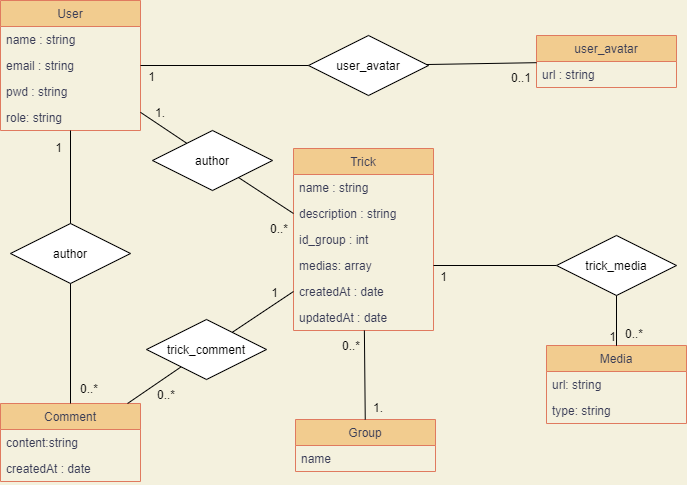
This is diagram/classes/classes.drawio.png from LFZDavid/SnowTricks, a draw.io export, as it was before one commit. Source tidied: cells renumbered, new cells last; positions are measured from the earlier drawing's top-left corner, leaving out a move shared by most shapes.
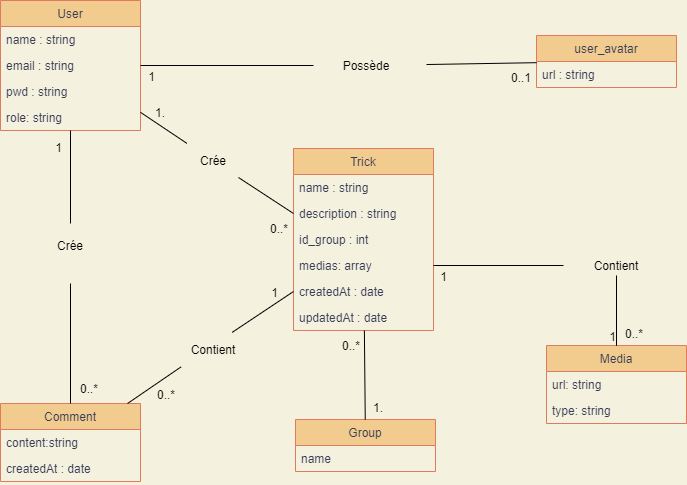
After the change.

The edit, as a diff of the source:
```diff
@@ -68,13 +68,15 @@
     <mxCell id="23" value="type: string" style="text;strokeColor=none;fillColor=none;align=left;verticalAlign=top;spacingLeft=4;spacingRight=4;overflow=hidden;fontColor=#393C56;" parent="21" vertex="1">
       <mxGeometry y="52" width="140" height="26" as="geometry" />
     </mxCell>
-    <mxCell id="24" style="endArrow=none;html=1;rounded=0;" parent="1" edge="1" source="48" target="21">
-      <mxGeometry relative="1" as="geometry" />
+    <mxCell id="24" style="endArrow=none;html=1;rounded=0;" parent="1" edge="1" target="21">
+      <mxGeometry relative="1" as="geometry">
+        <mxPoint x="616" y="295" as="sourcePoint" />
+      </mxGeometry>
     </mxCell>
     <mxCell id="25" value="1" style="html=1;align=right;verticalAlign=bottom;" parent="24" vertex="1">
       <mxGeometry x="1" relative="1" as="geometry" />
     </mxCell>
-    <mxCell id="26" style="endArrow=none;html=1;rounded=0;strokeColor=#000000;entryX=1;entryY=0.5;entryDx=0;entryDy=0;" parent="1" edge="1" source="48" target="11">
+    <mxCell id="26" style="endArrow=none;html=1;rounded=0;strokeColor=#000000;entryX=1;entryY=0.5;entryDx=0;entryDy=0;" parent="1" edge="1" source="57" target="11">
       <mxGeometry relative="1" as="geometry" />
     </mxCell>
     <mxCell id="27" value="&lt;font color=&quot;#000000&quot;&gt;1&lt;/font&gt;" style="html=1;align=right;verticalAlign=bottom;" parent="26" vertex="1">
@@ -82,7 +84,7 @@
         <mxPoint x="14" y="20" as="offset" />
       </mxGeometry>
     </mxCell>
-    <mxCell id="28" style="endArrow=none;html=1;rounded=0;strokeColor=#000000;" parent="1" edge="1" source="48" target="21">
+    <mxCell id="28" style="endArrow=none;html=1;rounded=0;strokeColor=#000000;exitX=0.5;exitY=1;exitDx=0;exitDy=0;" parent="1" edge="1" source="57" target="21">
       <mxGeometry relative="1" as="geometry" />
     </mxCell>
     <mxCell id="29" value="&lt;font color=&quot;#000000&quot;&gt;0..*&lt;/font&gt;" style="html=1;align=right;verticalAlign=bottom;" parent="28" vertex="1">
@@ -103,19 +105,19 @@
         <mxPoint x="14" y="63" as="offset" />
       </mxGeometry>
     </mxCell>
-    <mxCell id="33" value="author" style="shape=rhombus;perimeter=rhombusPerimeter;whiteSpace=wrap;html=1;align=center;" parent="1" vertex="1">
-      <mxGeometry x="152" y="130" width="120" height="60" as="geometry" />
-    </mxCell>
-    <mxCell id="34" style="endArrow=none;html=1;rounded=0;strokeColor=#000000;" parent="1" edge="1" source="33" target="2">
-      <mxGeometry relative="1" as="geometry" />
+    <mxCell id="34" style="endArrow=none;html=1;rounded=0;strokeColor=#000000;" parent="1" edge="1" target="2">
+      <mxGeometry relative="1" as="geometry">
+        <mxPoint x="186.3" y="142.8" as="sourcePoint" />
+      </mxGeometry>
     </mxCell>
     <mxCell id="35" value="&lt;font color=&quot;#000000&quot;&gt;1.&lt;/font&gt;" style="html=1;align=right;verticalAlign=bottom;" parent="34" vertex="1">
       <mxGeometry x="1" relative="1" as="geometry">
         <mxPoint x="25.2" y="9.3" as="offset" />
       </mxGeometry>
     </mxCell>
-    <mxCell id="36" style="endArrow=none;html=1;rounded=0;strokeColor=#000000;entryX=0;entryY=0.5;entryDx=0;entryDy=0;" parent="1" edge="1" source="33">
+    <mxCell id="36" style="endArrow=none;html=1;rounded=0;strokeColor=#000000;entryX=0;entryY=0.5;entryDx=0;entryDy=0;" parent="1" edge="1">
       <mxGeometry relative="1" as="geometry">
+        <mxPoint x="238" y="177" as="sourcePoint" />
         <mxPoint x="293" y="213" as="targetPoint" />
       </mxGeometry>
     </mxCell>
@@ -124,29 +126,27 @@
         <mxPoint x="-5" y="24" as="offset" />
       </mxGeometry>
     </mxCell>
-    <mxCell id="38" value="trick_comment" style="shape=rhombus;perimeter=rhombusPerimeter;whiteSpace=wrap;html=1;align=center;" parent="1" vertex="1">
-      <mxGeometry x="146" y="319" width="120" height="60" as="geometry" />
-    </mxCell>
-    <mxCell id="39" style="endArrow=none;html=1;rounded=0;strokeColor=#000000;" parent="1" edge="1" source="38" target="14">
-      <mxGeometry relative="1" as="geometry" />
+    <mxCell id="39" style="endArrow=none;html=1;rounded=0;strokeColor=#000000;" parent="1" edge="1" target="14">
+      <mxGeometry relative="1" as="geometry">
+        <mxPoint x="180.7" y="366.3" as="sourcePoint" />
+      </mxGeometry>
     </mxCell>
     <mxCell id="40" value="&lt;font color=&quot;#000000&quot;&gt;0..*&lt;/font&gt;" style="html=1;align=right;verticalAlign=bottom;" parent="39" vertex="1">
       <mxGeometry x="1" relative="1" as="geometry">
         <mxPoint x="48" as="offset" />
       </mxGeometry>
     </mxCell>
-    <mxCell id="41" style="endArrow=none;html=1;rounded=0;strokeColor=#000000;entryX=0;entryY=0.5;entryDx=0;entryDy=0;" parent="1" edge="1" source="38" target="12">
-      <mxGeometry relative="1" as="geometry" />
+    <mxCell id="41" style="endArrow=none;html=1;rounded=0;strokeColor=#000000;entryX=0;entryY=0.5;entryDx=0;entryDy=0;" parent="1" edge="1" target="12">
+      <mxGeometry relative="1" as="geometry">
+        <mxPoint x="231.7" y="331.9" as="sourcePoint" />
+      </mxGeometry>
     </mxCell>
     <mxCell id="42" value="&lt;font color=&quot;#000000&quot;&gt;1&lt;/font&gt;" style="html=1;align=right;verticalAlign=bottom;" parent="41" vertex="1">
       <mxGeometry x="1" relative="1" as="geometry">
         <mxPoint x="-15.3" y="10.2" as="offset" />
       </mxGeometry>
     </mxCell>
-    <mxCell id="43" value="user_avatar" style="shape=rhombus;perimeter=rhombusPerimeter;whiteSpace=wrap;html=1;align=center;" parent="1" vertex="1">
-      <mxGeometry x="308" y="35" width="120" height="60" as="geometry" />
-    </mxCell>
-    <mxCell id="44" style="endArrow=none;html=1;rounded=0;strokeColor=#000000;" parent="1" edge="1" source="43" target="2">
+    <mxCell id="44" style="endArrow=none;html=1;rounded=0;strokeColor=#000000;" parent="1" edge="1" source="54" target="2">
       <mxGeometry relative="1" as="geometry" />
     </mxCell>
     <mxCell id="45" value="&lt;font color=&quot;#000000&quot;&gt;1&lt;/font&gt;" style="html=1;align=right;verticalAlign=bottom;" parent="44" vertex="1">
@@ -154,35 +154,50 @@
         <mxPoint x="15" y="20" as="offset" />
       </mxGeometry>
     </mxCell>
-    <mxCell id="46" style="endArrow=none;html=1;rounded=0;strokeColor=#000000;" parent="1" edge="1" source="43" target="19">
-      <mxGeometry relative="1" as="geometry" />
+    <mxCell id="46" style="endArrow=none;html=1;rounded=0;strokeColor=#000000;" parent="1" edge="1" target="19">
+      <mxGeometry relative="1" as="geometry">
+        <mxPoint x="426" y="64" as="sourcePoint" />
+      </mxGeometry>
     </mxCell>
     <mxCell id="47" value="&lt;font color=&quot;#000000&quot;&gt;0..1&lt;/font&gt;" style="html=1;align=right;verticalAlign=bottom;" parent="46" vertex="1">
       <mxGeometry x="1" relative="1" as="geometry">
         <mxPoint x="-5" y="24" as="offset" />
       </mxGeometry>
     </mxCell>
-    <mxCell id="48" value="trick_media" style="shape=rhombus;perimeter=rhombusPerimeter;whiteSpace=wrap;html=1;align=center;" parent="1" vertex="1">
-      <mxGeometry x="556" y="235" width="120" height="60" as="geometry" />
-    </mxCell>
-    <mxCell id="49" value="author" style="shape=rhombus;perimeter=rhombusPerimeter;whiteSpace=wrap;html=1;align=center;" parent="1" vertex="1">
-      <mxGeometry x="10" y="223" width="120" height="60" as="geometry" />
-    </mxCell>
-    <mxCell id="50" style="endArrow=none;html=1;rounded=0;strokeColor=#000000;" parent="1" edge="1" source="49" target="14">
-      <mxGeometry relative="1" as="geometry" />
+    <mxCell id="50" style="endArrow=none;html=1;rounded=0;strokeColor=#000000;" parent="1" edge="1" target="14">
+      <mxGeometry relative="1" as="geometry">
+        <mxPoint x="70" y="283" as="sourcePoint" />
+      </mxGeometry>
     </mxCell>
     <mxCell id="51" value="&lt;font color=&quot;#000000&quot;&gt;0..*&lt;/font&gt;" style="html=1;align=right;verticalAlign=bottom;" parent="50" vertex="1">
       <mxGeometry x="1" relative="1" as="geometry">
         <mxPoint x="28" y="-6" as="offset" />
       </mxGeometry>
     </mxCell>
-    <mxCell id="52" style="endArrow=none;html=1;rounded=0;strokeColor=#000000;" parent="1" edge="1" source="49" target="2">
-      <mxGeometry relative="1" as="geometry" />
+    <mxCell id="52" style="endArrow=none;html=1;rounded=0;strokeColor=#000000;" parent="1" edge="1" target="2">
+      <mxGeometry relative="1" as="geometry">
+        <mxPoint x="70" y="223" as="sourcePoint" />
+      </mxGeometry>
     </mxCell>
     <mxCell id="53" value="&lt;font color=&quot;#000000&quot;&gt;1&lt;/font&gt;" style="html=1;align=right;verticalAlign=bottom;" parent="52" vertex="1">
       <mxGeometry x="1" relative="1" as="geometry">
         <mxPoint x="-7.8" y="26" as="offset" />
       </mxGeometry>
     </mxCell>
+    <mxCell id="54" value="&lt;font color=&quot;#000000&quot;&gt;Possède&lt;/font&gt;" style="text;html=1;strokeColor=none;fillColor=none;align=center;verticalAlign=middle;whiteSpace=wrap;rounded=0;" parent="1" vertex="1">
+      <mxGeometry x="313" y="55" width="106" height="20" as="geometry" />
+    </mxCell>
+    <mxCell id="55" value="&lt;font color=&quot;#000000&quot;&gt;Crée&lt;/font&gt;" style="text;html=1;strokeColor=none;fillColor=none;align=center;verticalAlign=middle;whiteSpace=wrap;rounded=0;" parent="1" vertex="1">
+      <mxGeometry x="160" y="150" width="106" height="20" as="geometry" />
+    </mxCell>
+    <mxCell id="56" value="&lt;font color=&quot;#000000&quot;&gt;Crée&lt;/font&gt;" style="text;html=1;strokeColor=none;fillColor=none;align=center;verticalAlign=middle;whiteSpace=wrap;rounded=0;" parent="1" vertex="1">
+      <mxGeometry x="17" y="235" width="106" height="20" as="geometry" />
+    </mxCell>
+    <mxCell id="57" value="&lt;font color=&quot;#000000&quot;&gt;Contient&lt;/font&gt;" style="text;html=1;strokeColor=none;fillColor=none;align=center;verticalAlign=middle;whiteSpace=wrap;rounded=0;" parent="1" vertex="1">
+      <mxGeometry x="563" y="255" width="106" height="20" as="geometry" />
+    </mxCell>
+    <mxCell id="58" value="&lt;font color=&quot;#000000&quot;&gt;Contient&lt;/font&gt;" style="text;html=1;strokeColor=none;fillColor=none;align=center;verticalAlign=middle;whiteSpace=wrap;rounded=0;" parent="1" vertex="1">
+      <mxGeometry x="160" y="339" width="106" height="20" as="geometry" />
+    </mxCell>
   </root>
 </mxGraphModel>
```
